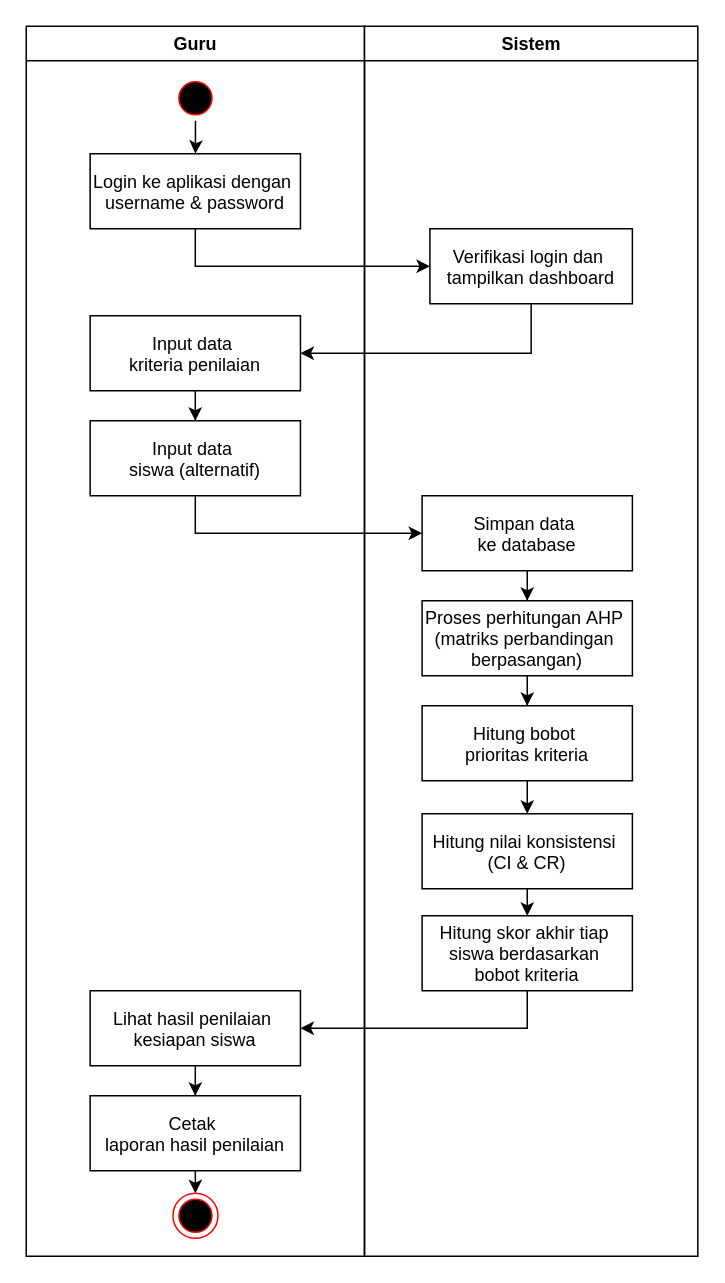
This is bantuin/muy/Draw.io/Analisa Sistem Usulan.drawio from hako-975/UNPAM-File, a draw.io file, before an edit. Source tidied: cells renumbered, new cells numbered last; positions are measured from the earlier drawing's top-left corner, leaving out a move shared by most shapes. Both pictures are drawn from the tidied source at 150%, with x=0, y=0 at pixel (26, 26).
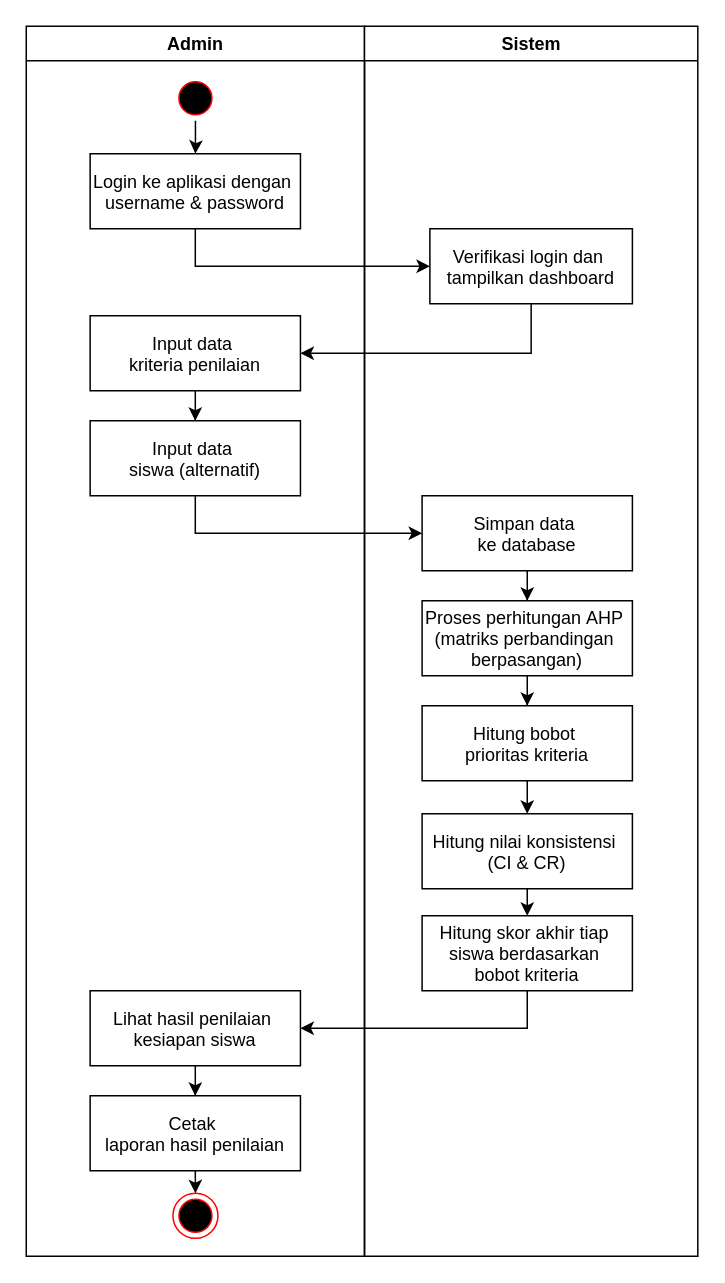
The same page after the edit.

Change to the diagram source:
```diff
@@
-    <mxCell id="2" value="Guru" style="swimlane;whiteSpace=wrap;" parent="1" vertex="1">
+    <mxCell id="2" value="Admin" style="swimlane;whiteSpace=wrap;" parent="1" vertex="1">
       <mxGeometry width="225.5" height="820" as="geometry" />
     </mxCell>
```
